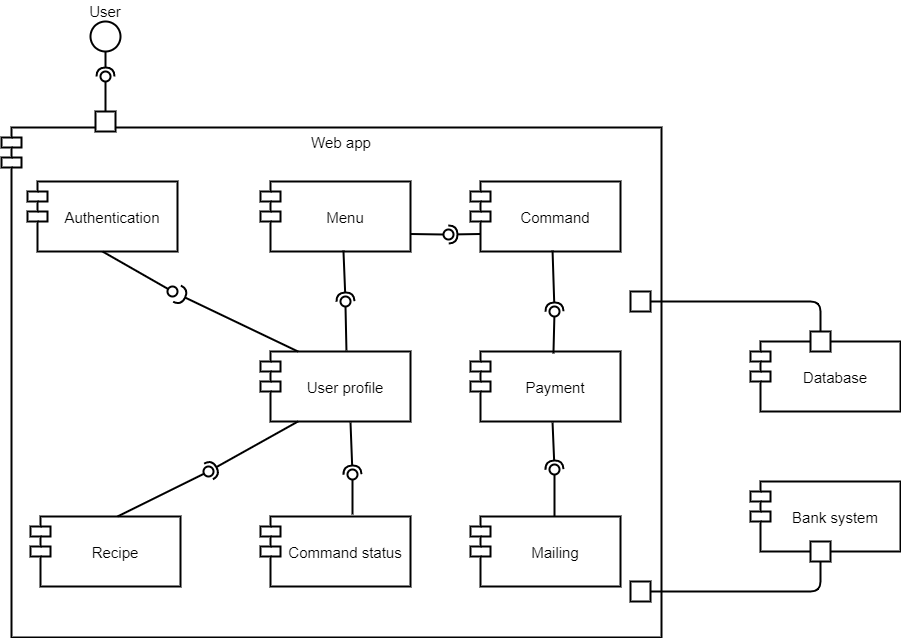
Earlier version of the draw.io export diagrammes/component diagram.png (Tony380/Projet6). Source tidied: cells renumbered, new cells last; positions are measured from the earlier drawing's top-left corner, leaving out a move shared by most shapes.
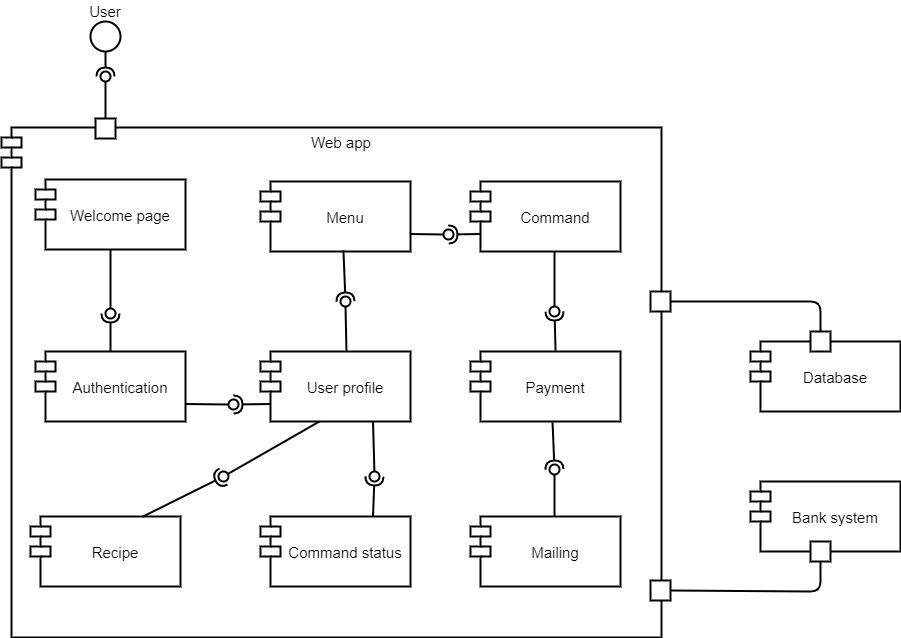
After the commit.

Diff of the diagram source:
```diff
@@ -6,7 +6,7 @@
       <mxGeometry y="126" width="660" height="510" as="geometry" />
     </mxCell>
     <mxCell id="3" value="Authentication" style="shape=module;align=left;spacingLeft=20;align=center;verticalAlign=middle;strokeWidth=2;fontSize=15;" parent="1" vertex="1">
-      <mxGeometry x="26" y="180" width="150" height="70" as="geometry" />
+      <mxGeometry x="34" y="350" width="150" height="70" as="geometry" />
     </mxCell>
     <mxCell id="4" value="Bank system" style="shape=module;align=left;spacingLeft=20;align=center;verticalAlign=middle;strokeWidth=2;fontSize=15;" parent="1" vertex="1">
       <mxGeometry x="749" y="480" width="150" height="70" as="geometry" />
@@ -30,7 +30,7 @@
       <mxGeometry x="89" y="20" width="30" height="30" as="geometry" />
     </mxCell>
     <mxCell id="11" style="whiteSpace=wrap;html=1;strokeWidth=2;fontSize=15;verticalAlign=middle;" parent="1" vertex="1">
-      <mxGeometry x="94" y="110" width="20" height="20" as="geometry" />
+      <mxGeometry x="94" y="117" width="20" height="20" as="geometry" />
     </mxCell>
     <mxCell id="12" value="User" style="text;html=1;strokeColor=none;fillColor=none;align=center;verticalAlign=middle;whiteSpace=wrap;rounded=0;strokeWidth=2;fontSize=15;" parent="1" vertex="1">
       <mxGeometry x="84" width="40" height="20" as="geometry" />
@@ -39,7 +39,7 @@
       <mxGeometry x="469" y="350" width="150" height="70" as="geometry" />
     </mxCell>
     <mxCell id="14" style="whiteSpace=wrap;html=1;strokeWidth=2;fontSize=15;verticalAlign=middle;rotation=90;" parent="1" vertex="1">
-      <mxGeometry x="629" y="580" width="20" height="20" as="geometry" />
+      <mxGeometry x="649" y="579" width="20" height="20" as="geometry" />
     </mxCell>
     <mxCell id="15" style="whiteSpace=wrap;html=1;strokeWidth=2;fontSize=15;verticalAlign=middle;" parent="1" vertex="1">
       <mxGeometry x="809" y="330" width="20" height="20" as="geometry" />
@@ -55,7 +55,7 @@
       </mxGeometry>
     </mxCell>
     <mxCell id="18" style="whiteSpace=wrap;html=1;strokeWidth=2;fontSize=15;verticalAlign=middle;" parent="1" vertex="1">
-      <mxGeometry x="629" y="290" width="20" height="20" as="geometry" />
+      <mxGeometry x="649" y="290" width="20" height="20" as="geometry" />
     </mxCell>
     <mxCell id="19" value="Recipe" style="shape=module;align=left;spacingLeft=20;align=center;verticalAlign=middle;strokeWidth=2;fontSize=15;" parent="1" vertex="1">
       <mxGeometry x="29" y="515" width="150" height="70" as="geometry" />
@@ -81,15 +81,6 @@
     <mxCell id="24" style="ellipse;whiteSpace=wrap;html=1;fontFamily=Helvetica;fontSize=15;fontColor=#000000;align=center;strokeColor=#000000;fillColor=#ffffff;points=[];strokeWidth=2;" parent="1" vertex="1">
       <mxGeometry x="99" y="70" width="10" height="10" as="geometry" />
     </mxCell>
-    <mxCell id="25" style="rounded=0;jettySize=auto;html=1;endArrow=none;endFill=0;exitX=0.5;exitY=1;exitDx=0;exitDy=0;strokeWidth=2;" parent="1" edge="1" source="3" target="27">
-      <mxGeometry relative="1" as="geometry" />
-    </mxCell>
-    <mxCell id="26" style="rounded=0;jettySize=auto;html=1;endArrow=halfCircle;endFill=0;endSize=6;strokeWidth=2;exitX=0.25;exitY=0;exitDx=0;exitDy=0;" parent="1" edge="1" source="9" target="27">
-      <mxGeometry relative="1" as="geometry" />
-    </mxCell>
-    <mxCell id="27" style="ellipse;whiteSpace=wrap;html=1;fontFamily=Helvetica;fontSize=12;fontColor=#000000;align=center;strokeColor=#000000;fillColor=#ffffff;points=[];strokeWidth=2;" parent="1" vertex="1">
-      <mxGeometry x="166" y="285" width="10" height="10" as="geometry" />
-    </mxCell>
     <mxCell id="28" style="rounded=0;jettySize=auto;html=1;endArrow=none;endFill=0;strokeWidth=2;exitX=0.573;exitY=-0.014;exitDx=0;exitDy=0;exitPerimeter=0;" parent="1" edge="1" source="9" target="30">
       <mxGeometry relative="1" as="geometry" />
     </mxCell>
@@ -108,10 +99,10 @@
     <mxCell id="33" style="ellipse;whiteSpace=wrap;html=1;fontFamily=Helvetica;fontSize=12;fontColor=#000000;align=center;strokeColor=#000000;fillColor=#ffffff;points=[];strokeWidth=2;" parent="1" vertex="1">
       <mxGeometry x="442" y="228" width="10" height="10" as="geometry" />
     </mxCell>
-    <mxCell id="34" style="rounded=0;jettySize=auto;html=1;endArrow=none;endFill=0;strokeWidth=2;exitX=0.553;exitY=0.029;exitDx=0;exitDy=0;exitPerimeter=0;" parent="1" edge="1" source="13" target="36">
+    <mxCell id="34" style="rounded=0;jettySize=auto;html=1;endArrow=none;endFill=0;strokeWidth=2;exitX=0.56;exitY=1;exitDx=0;exitDy=0;exitPerimeter=0;" parent="1" edge="1" source="7" target="36">
       <mxGeometry relative="1" as="geometry" />
     </mxCell>
-    <mxCell id="35" style="rounded=0;jettySize=auto;html=1;endArrow=halfCircle;endFill=0;entryX=0.5;entryY=0.5;entryDx=0;entryDy=0;endSize=6;strokeWidth=2;exitX=0.547;exitY=0.986;exitDx=0;exitDy=0;exitPerimeter=0;" parent="1" edge="1" source="7" target="36">
+    <mxCell id="35" style="rounded=0;jettySize=auto;html=1;endArrow=halfCircle;endFill=0;entryX=0.5;entryY=0.5;entryDx=0;entryDy=0;endSize=6;strokeWidth=2;exitX=0.567;exitY=-0.014;exitDx=0;exitDy=0;exitPerimeter=0;" parent="1" edge="1" source="13" target="36">
       <mxGeometry relative="1" as="geometry" />
     </mxCell>
     <mxCell id="36" style="ellipse;whiteSpace=wrap;html=1;fontFamily=Helvetica;fontSize=12;fontColor=#000000;align=center;strokeColor=#000000;fillColor=#ffffff;points=[];strokeWidth=2;" parent="1" vertex="1">
@@ -126,25 +117,44 @@
     <mxCell id="39" style="ellipse;whiteSpace=wrap;html=1;fontFamily=Helvetica;fontSize=12;fontColor=#000000;align=center;strokeColor=#000000;fillColor=#ffffff;points=[];strokeWidth=2;" parent="1" vertex="1">
       <mxGeometry x="548" y="463" width="10" height="10" as="geometry" />
     </mxCell>
-    <mxCell id="40" style="rounded=0;jettySize=auto;html=1;endArrow=none;endFill=0;strokeWidth=2;" parent="1" edge="1" target="42">
-      <mxGeometry relative="1" as="geometry">
-        <mxPoint x="351" y="513" as="sourcePoint" />
-      </mxGeometry>
+    <mxCell id="40" style="rounded=0;jettySize=auto;html=1;endArrow=none;endFill=0;strokeWidth=2;exitX=0.75;exitY=1;exitDx=0;exitDy=0;" parent="1" edge="1" source="9" target="42">
+      <mxGeometry relative="1" as="geometry" />
     </mxCell>
-    <mxCell id="41" style="rounded=0;jettySize=auto;html=1;endArrow=halfCircle;endFill=0;entryX=0.5;entryY=0.5;entryDx=0;entryDy=0;endSize=6;strokeWidth=2;exitX=0.6;exitY=1.014;exitDx=0;exitDy=0;exitPerimeter=0;" parent="1" edge="1" source="9" target="42">
+    <mxCell id="41" style="rounded=0;jettySize=auto;html=1;endArrow=halfCircle;endFill=0;entryX=0.5;entryY=0.5;entryDx=0;entryDy=0;endSize=6;strokeWidth=2;exitX=0.75;exitY=0;exitDx=0;exitDy=0;" parent="1" edge="1" source="6" target="42">
       <mxGeometry relative="1" as="geometry" />
     </mxCell>
     <mxCell id="42" style="ellipse;whiteSpace=wrap;html=1;fontFamily=Helvetica;fontSize=12;fontColor=#000000;align=center;strokeColor=#000000;fillColor=#ffffff;points=[];strokeWidth=2;" parent="1" vertex="1">
-      <mxGeometry x="346" y="468" width="10" height="10" as="geometry" />
+      <mxGeometry x="368" y="470" width="10" height="10" as="geometry" />
     </mxCell>
-    <mxCell id="43" style="rounded=0;jettySize=auto;html=1;endArrow=none;endFill=0;strokeWidth=2;exitX=0.58;exitY=0;exitDx=0;exitDy=0;exitPerimeter=0;" parent="1" edge="1" source="19" target="45">
+    <mxCell id="43" style="rounded=0;jettySize=auto;html=1;endArrow=none;endFill=0;strokeWidth=2;exitX=0.393;exitY=1;exitDx=0;exitDy=0;exitPerimeter=0;" parent="1" edge="1" source="9" target="45">
       <mxGeometry relative="1" as="geometry" />
     </mxCell>
-    <mxCell id="44" style="rounded=0;jettySize=auto;html=1;endArrow=halfCircle;endFill=0;entryX=0.5;entryY=0.5;entryDx=0;entryDy=0;endSize=6;strokeWidth=2;exitX=0.25;exitY=1;exitDx=0;exitDy=0;" parent="1" edge="1" source="9" target="45">
+    <mxCell id="44" style="rounded=0;jettySize=auto;html=1;endArrow=halfCircle;endFill=0;entryX=0.5;entryY=0.5;entryDx=0;entryDy=0;endSize=6;strokeWidth=2;exitX=0.75;exitY=0;exitDx=0;exitDy=0;" parent="1" edge="1" source="19" target="45">
       <mxGeometry relative="1" as="geometry" />
     </mxCell>
     <mxCell id="45" style="ellipse;whiteSpace=wrap;html=1;fontFamily=Helvetica;fontSize=12;fontColor=#000000;align=center;strokeColor=#000000;fillColor=#ffffff;points=[];strokeWidth=2;" parent="1" vertex="1">
-      <mxGeometry x="202" y="465" width="10" height="10" as="geometry" />
+      <mxGeometry x="217" y="470" width="10" height="10" as="geometry" />
     </mxCell>
+    <mxCell id="46" value="Welcome page" style="shape=module;align=left;spacingLeft=20;align=center;verticalAlign=middle;strokeWidth=2;fontSize=15;" parent="1" vertex="1">
+      <mxGeometry x="34" y="178" width="150" height="70" as="geometry" />
+    </mxCell>
+    <mxCell id="47" style="rounded=0;jettySize=auto;html=1;endArrow=none;endFill=0;exitX=0.5;exitY=1;exitDx=0;exitDy=0;strokeWidth=2;" parent="1" edge="1" source="46" target="49">
+      <mxGeometry relative="1" as="geometry" />
+    </mxCell>
+    <mxCell id="48" style="rounded=0;jettySize=auto;html=1;endArrow=halfCircle;endFill=0;entryX=0.5;entryY=0.5;entryDx=0;entryDy=0;endSize=6;strokeWidth=2;exitX=0.5;exitY=0;exitDx=0;exitDy=0;" parent="1" edge="1" source="3" target="49">
+      <mxGeometry relative="1" as="geometry" />
+    </mxCell>
+    <mxCell id="49" style="ellipse;whiteSpace=wrap;html=1;fontFamily=Helvetica;fontSize=12;fontColor=#000000;align=center;strokeColor=#000000;fillColor=#ffffff;points=[];strokeWidth=2;" parent="1" vertex="1">
+      <mxGeometry x="104" y="307" width="10" height="10" as="geometry" />
+    </mxCell>
+    <mxCell id="50" style="rounded=0;jettySize=auto;html=1;endArrow=none;endFill=0;strokeWidth=2;exitX=1;exitY=0.75;exitDx=0;exitDy=0;" parent="1" edge="1" source="3" target="52">
+      <mxGeometry relative="1" as="geometry" />
+    </mxCell>
+    <mxCell id="51" style="rounded=0;jettySize=auto;html=1;endArrow=halfCircle;endFill=0;entryX=0.5;entryY=0.5;entryDx=0;entryDy=0;endSize=6;strokeWidth=2;exitX=0;exitY=0.75;exitDx=10;exitDy=0;exitPerimeter=0;" parent="1" edge="1" source="9" target="52">
+      <mxGeometry relative="1" as="geometry" />
+    </mxCell>
+    <mxCell id="52" style="ellipse;whiteSpace=wrap;html=1;fontFamily=Helvetica;fontSize=12;fontColor=#000000;align=center;strokeColor=#000000;fillColor=#ffffff;points=[];strokeWidth=2;" parent="1" vertex="1">
+      <mxGeometry x="227" y="398" width="10" height="10" as="geometry" />
+    </mxCell>
   </root>
 </mxGraphModel>
```
